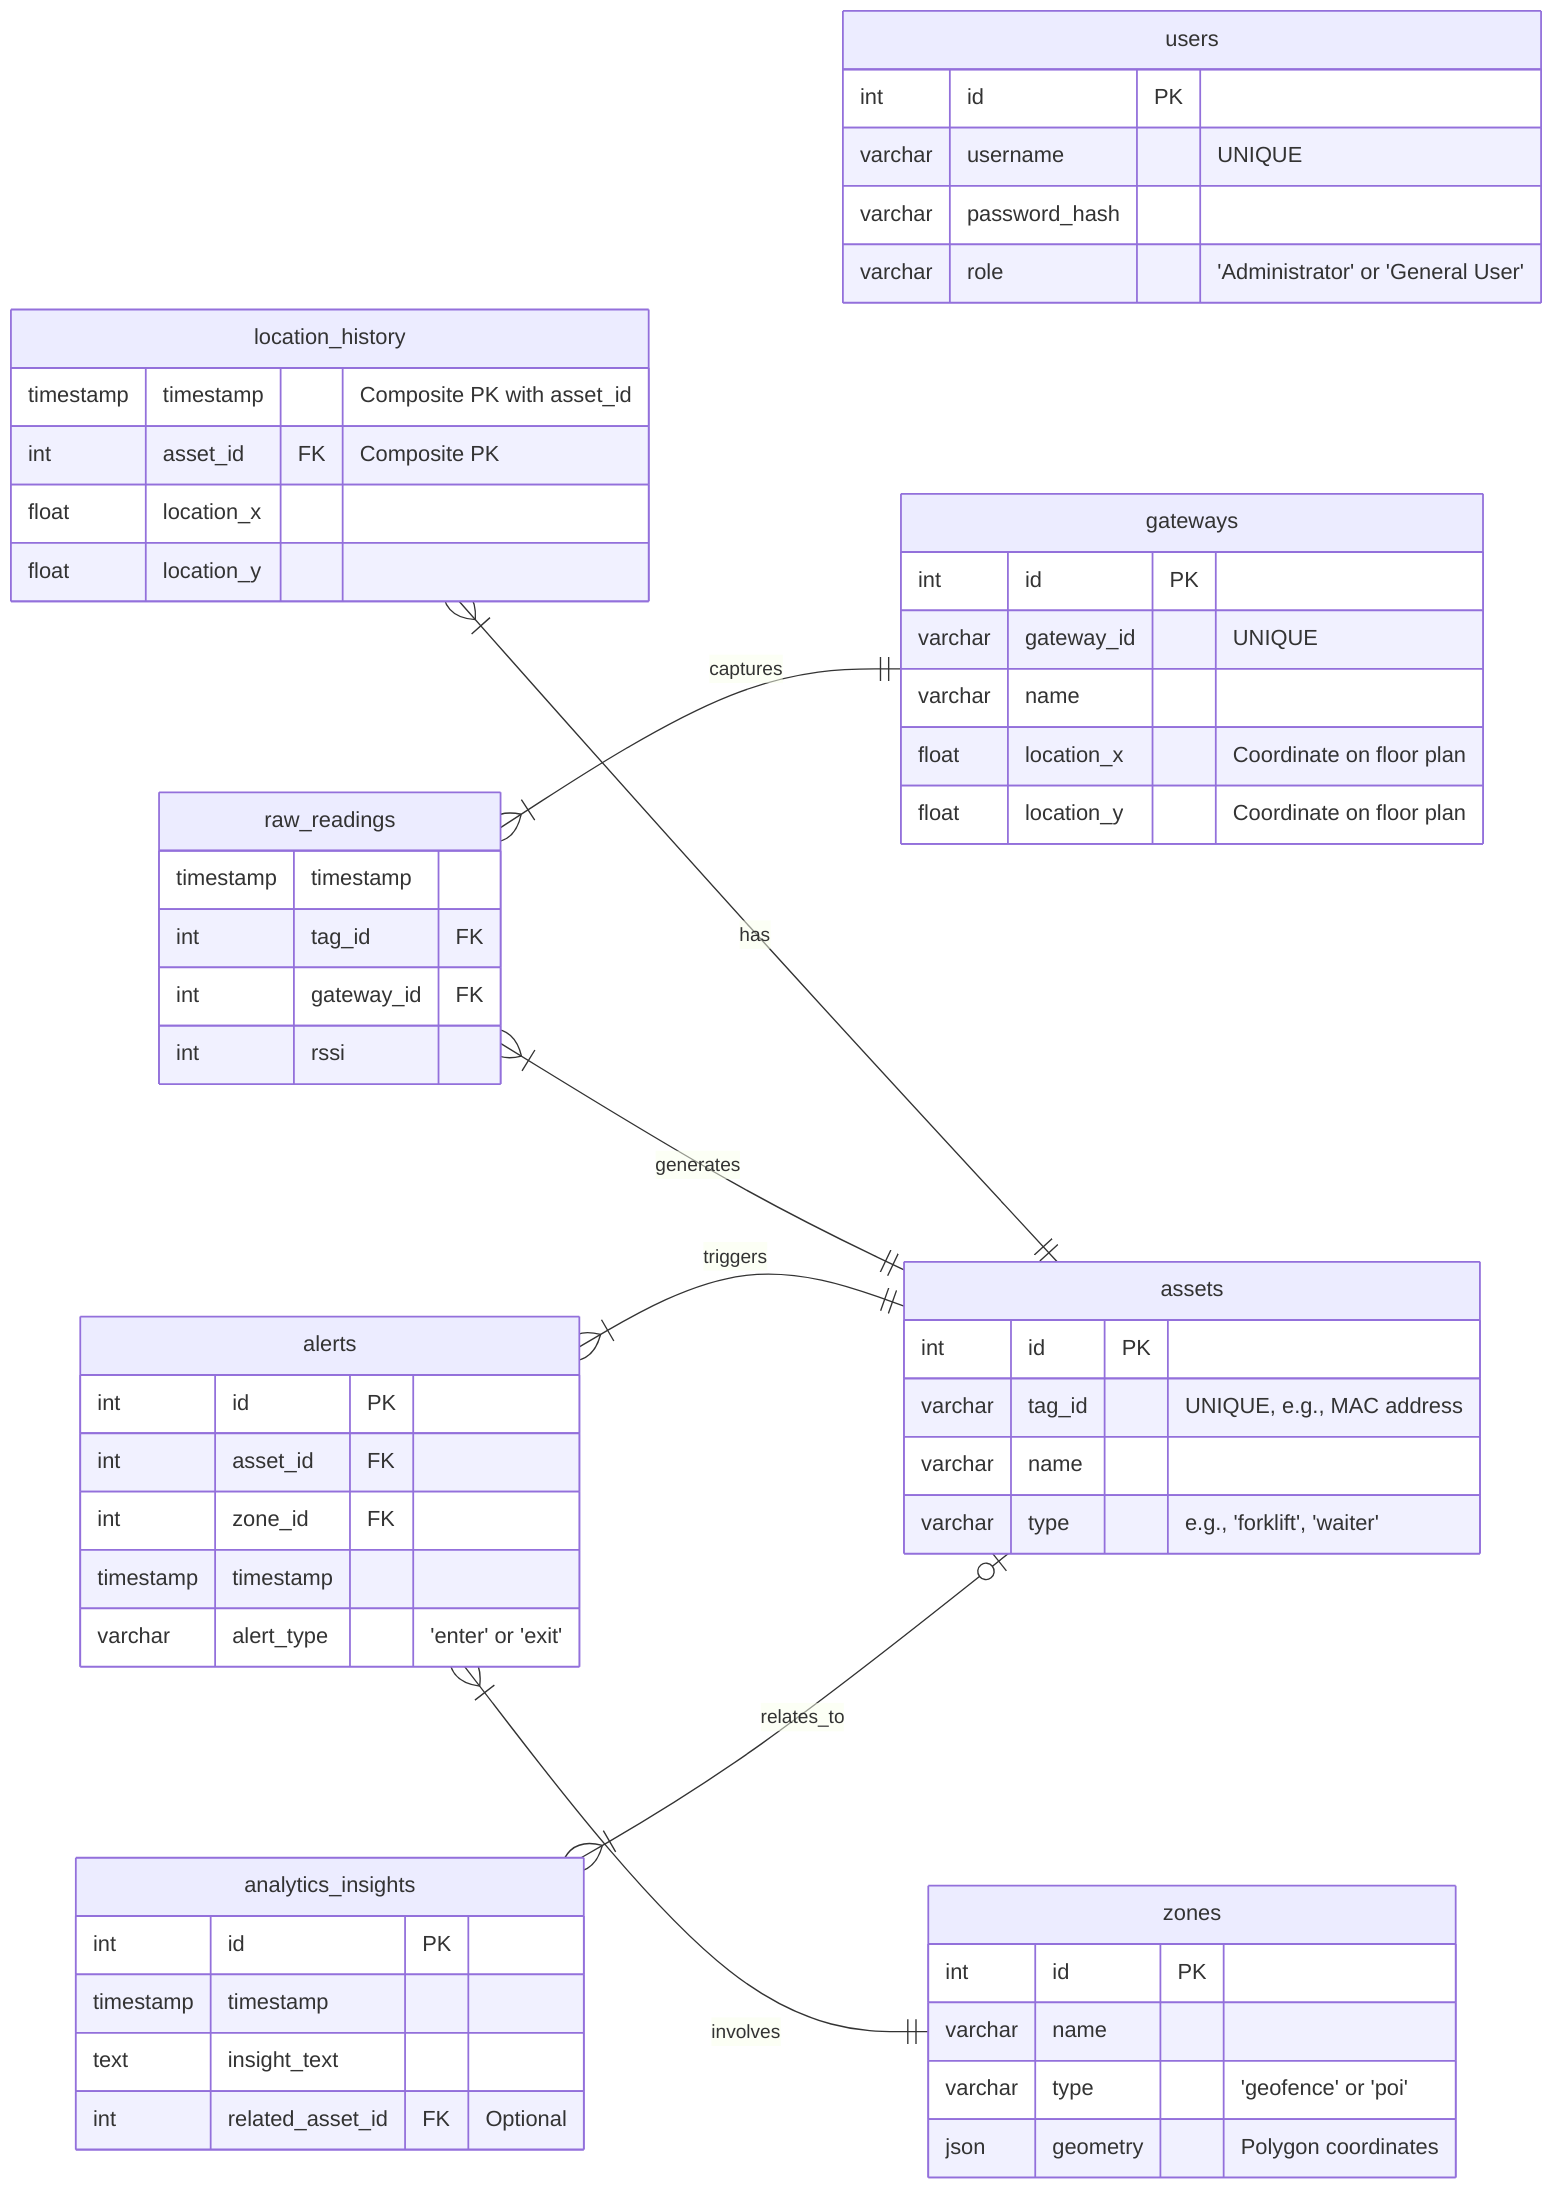
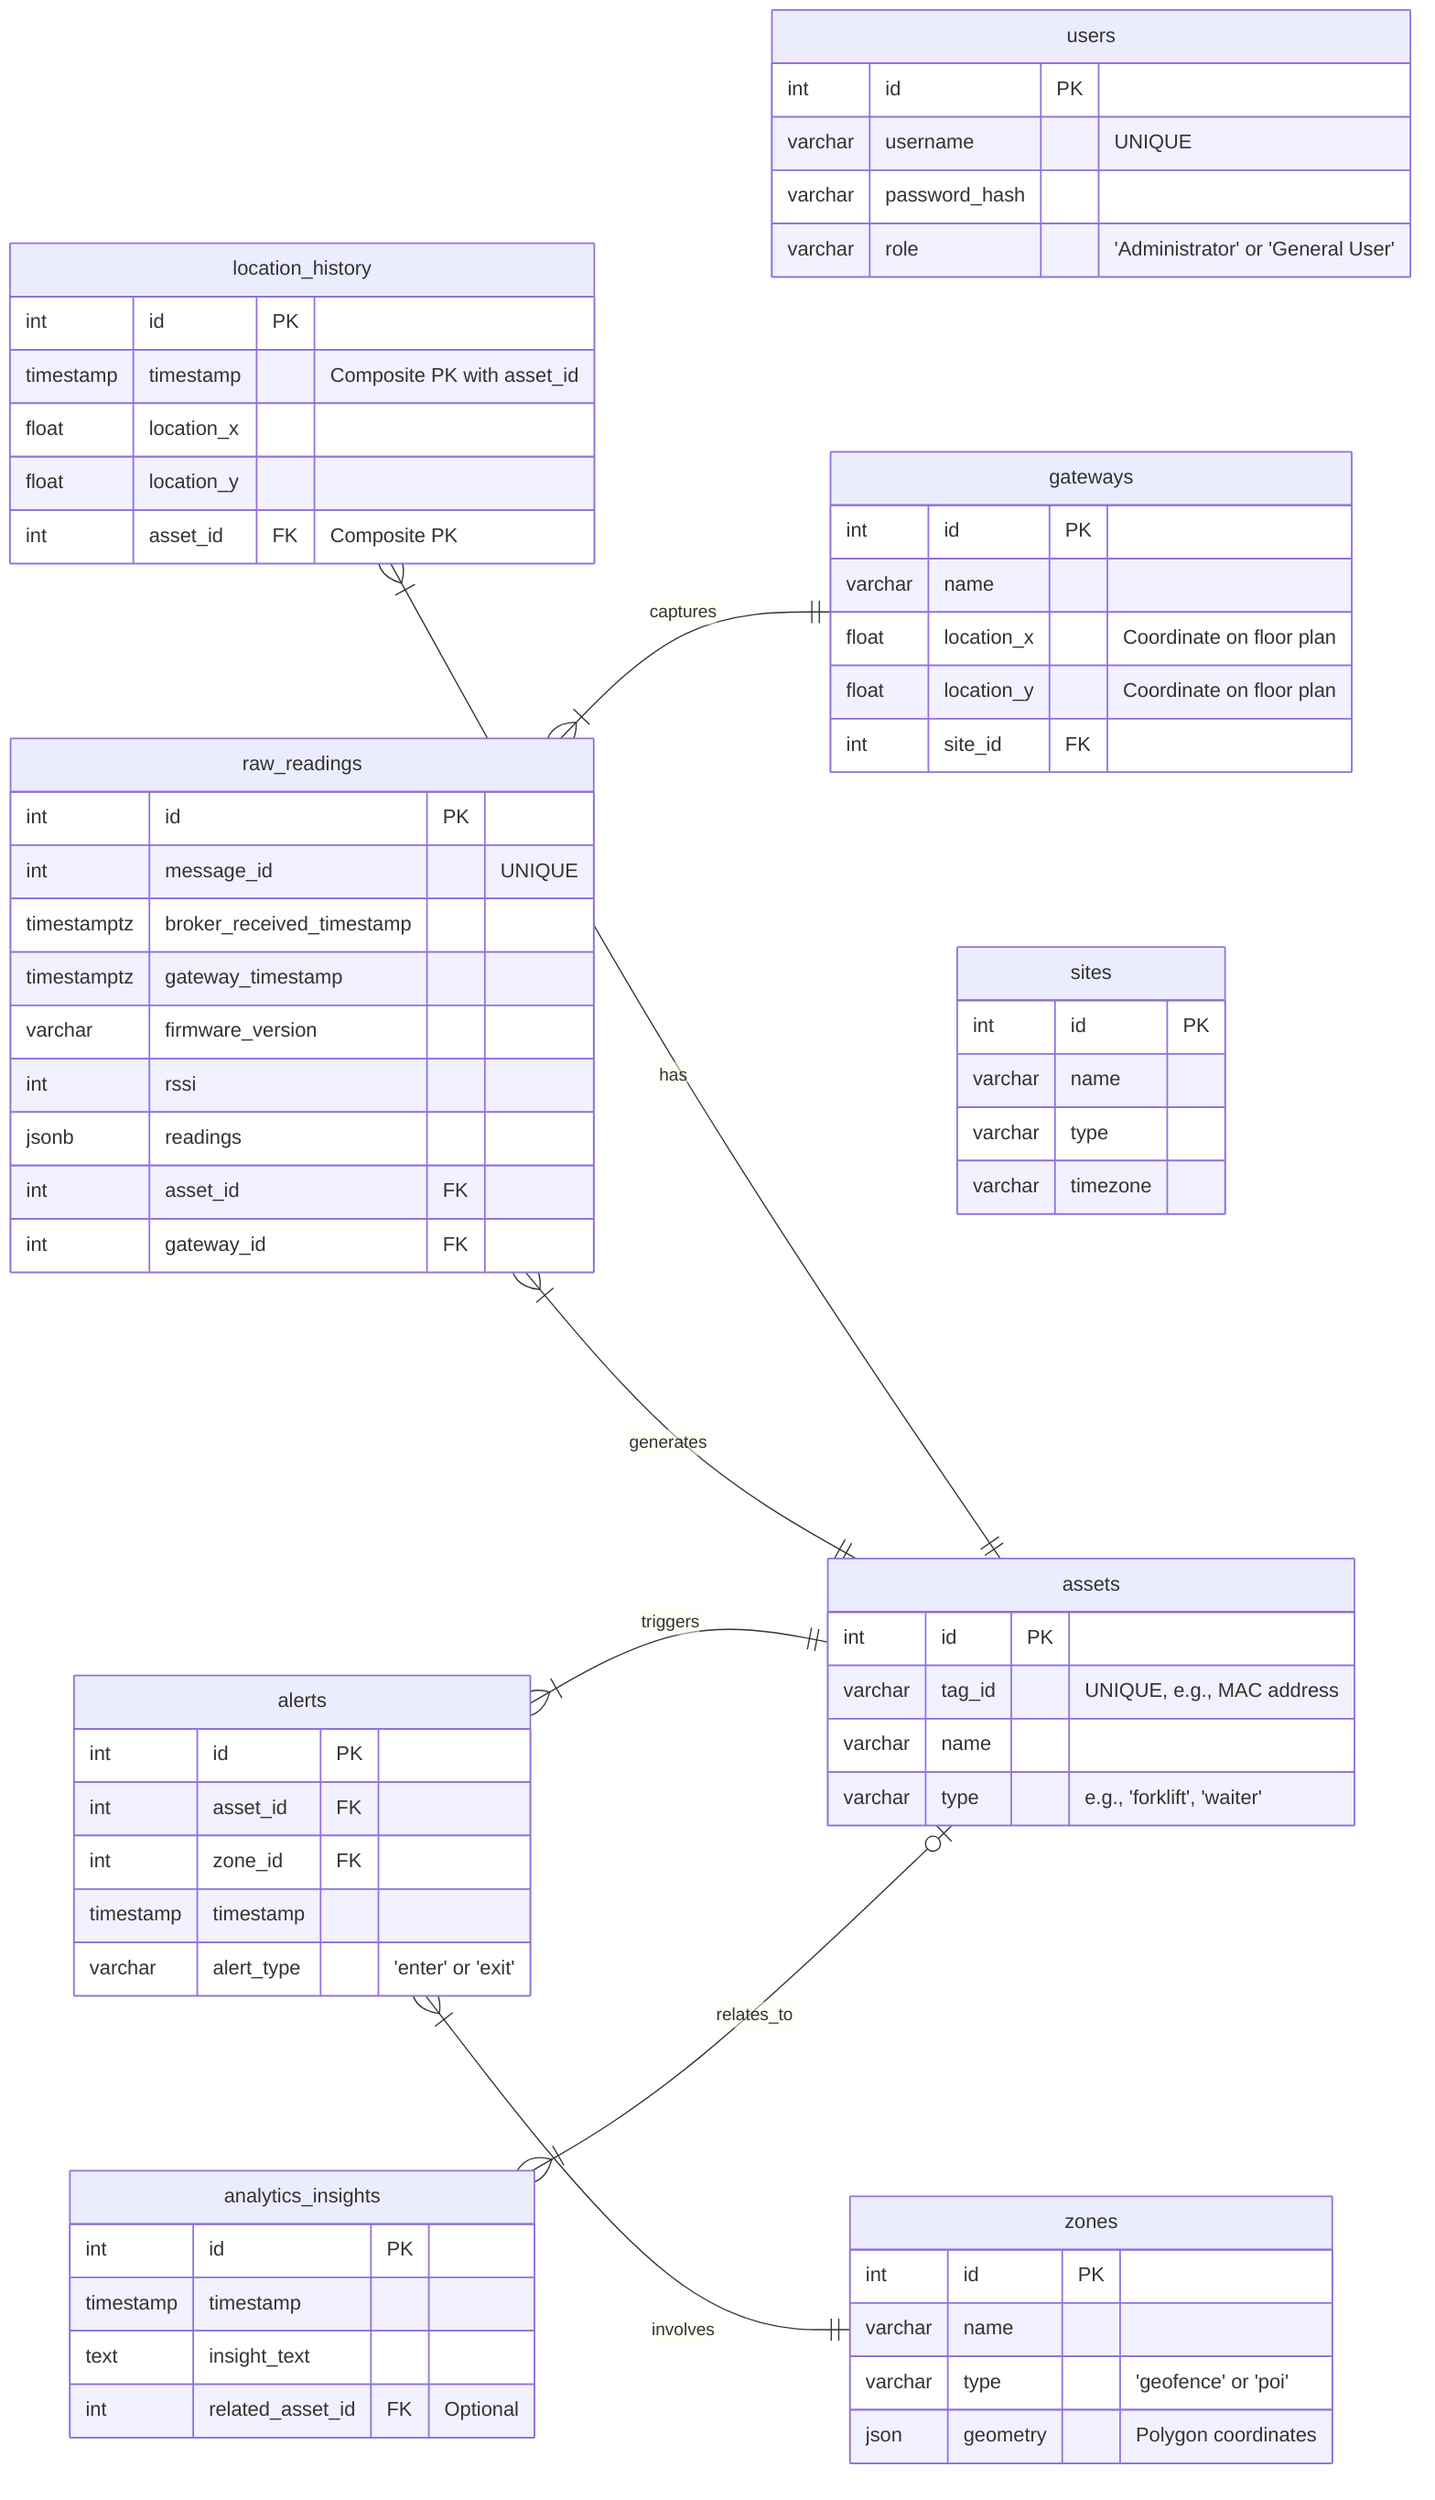
erDiagram
    direction RL
    users {
        int id PK
        varchar username "UNIQUE"
        varchar password_hash
        varchar role "'Administrator' or 'General User'"
    }

    assets {
        int id PK
        varchar tag_id "UNIQUE, e.g., MAC address"
        varchar name
        varchar type "e.g., 'forklift', 'waiter'"
    }

+     sites {
+         int id PK
+         varchar name
+         varchar type
+         varchar timezone
+     }
+ 
    gateways {
        int id PK
-         varchar gateway_id "UNIQUE"
        varchar name
        float location_x "Coordinate on floor plan"
        float location_y "Coordinate on floor plan"
+         int site_id FK
    }

    zones {
        int id PK
        varchar name
        varchar type "'geofence' or 'poi'"
        json geometry "Polygon coordinates"
    }

    location_history {
+         int id PK
        timestamp timestamp "Composite PK with asset_id"
-         int asset_id FK "Composite PK"
        float location_x
        float location_y
+         int asset_id FK "Composite PK"
    }

    raw_readings {
-         timestamp timestamp
-         int tag_id FK
+         int id PK
+         int message_id "UNIQUE"
+         timestamptz broker_received_timestamp
+         timestamptz gateway_timestamp
+         varchar firmware_version
+         int rssi
+         jsonb readings
+         int asset_id FK
        int gateway_id FK
-         int rssi
    }
+ 

    alerts {
        int id PK
        int asset_id FK
        int zone_id FK
        timestamp timestamp
        varchar alert_type "'enter' or 'exit'"
    }

    analytics_insights {
        int id PK
        timestamp timestamp
        text insight_text
        int related_asset_id FK "Optional"
    }

    assets ||--|{ location_history : "has"
    assets ||--|{ raw_readings : "generates"
    gateways ||--|{ raw_readings : "captures"
    assets ||--|{ alerts : "triggers"
    zones ||--|{ alerts : "involves"
-     assets |o--|{ analytics_insights : "relates_to"+     assets |o--|{ analytics_insights : "relates_to"
